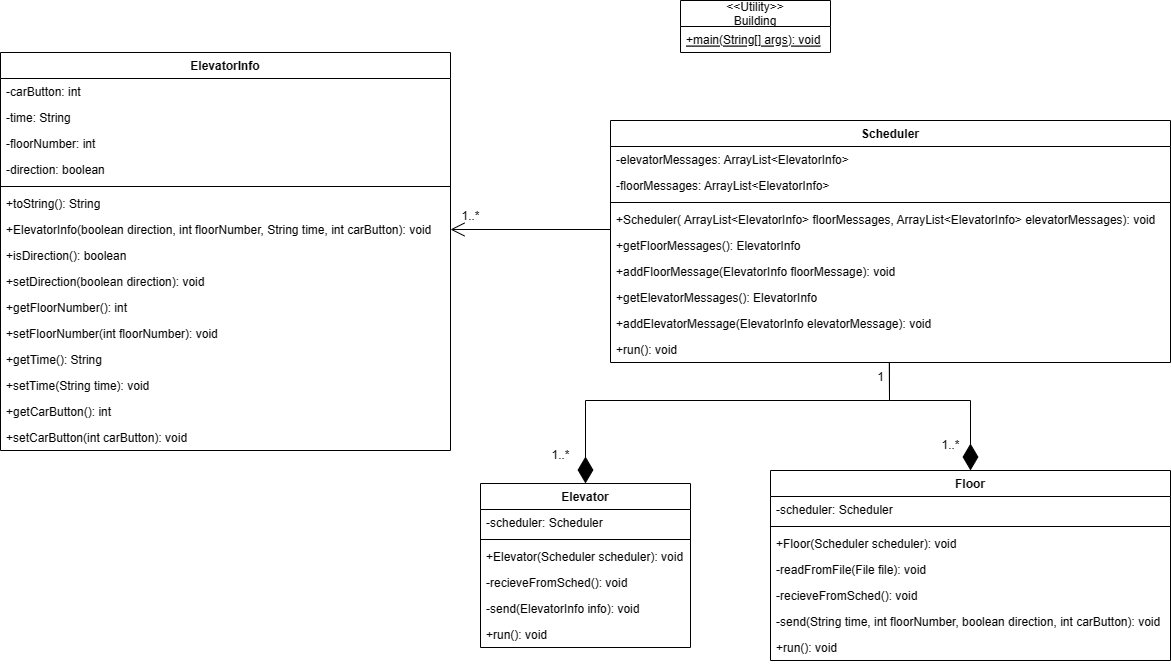
This is 3303 Iteration 1 UML class diagram bg.png from acegiansal/Sysc3303_Elevator, a draw.io export, as it was before one commit. Source tidied: cells renumbered, new cells last; positions are measured from the earlier drawing's top-left corner, leaving out a move shared by most shapes. Source of this version:
```xml
<mxGraphModel>
  <root>
    <mxCell id="0" />
    <mxCell id="1" parent="0" />
    <mxCell id="2" value="&lt;&lt;Utility&gt;&gt;&#10;Building" style="swimlane;fontStyle=0;horizontal=1;startSize=26;fillColor=none;" parent="1" vertex="1">
      <mxGeometry x="680" width="150" height="52" as="geometry" />
    </mxCell>
    <mxCell id="3" value="+main(String[] args): void" style="text;strokeColor=none;fillColor=none;align=left;verticalAlign=top;spacingLeft=4;spacingRight=4;overflow=hidden;points=[[0,0.5],[1,0.5]];portConstraint=eastwest;fontStyle=4;" parent="2" vertex="1">
      <mxGeometry y="26" width="150" height="26" as="geometry" />
    </mxCell>
    <mxCell id="4" value="Scheduler" style="swimlane;fontStyle=1;align=center;verticalAlign=top;horizontal=1;startSize=26;" parent="1" vertex="1">
      <mxGeometry x="610" y="120" width="560" height="242" as="geometry" />
    </mxCell>
    <mxCell id="5" value="-elevatorMessages: ArrayList&lt;ElevatorInfo&gt;" style="text;strokeColor=none;fillColor=none;align=left;verticalAlign=top;spacingLeft=4;spacingRight=4;overflow=hidden;" parent="4" vertex="1">
      <mxGeometry y="26" width="560" height="26" as="geometry" />
    </mxCell>
    <mxCell id="6" value="-floorMessages: ArrayList&lt;ElevatorInfo&gt;" style="text;strokeColor=none;fillColor=none;align=left;verticalAlign=top;spacingLeft=4;spacingRight=4;overflow=hidden;" parent="4" vertex="1">
      <mxGeometry y="52" width="560" height="26" as="geometry" />
    </mxCell>
    <mxCell id="7" style="line;strokeWidth=1;fillColor=none;align=left;verticalAlign=middle;spacingTop=-1;spacingLeft=3;spacingRight=3;labelPosition=right;strokeColor=inherit;" parent="4" vertex="1">
      <mxGeometry y="78" width="560" height="8" as="geometry" />
    </mxCell>
    <mxCell id="8" value="+Scheduler( ArrayList&lt;ElevatorInfo&gt; floorMessages, ArrayList&lt;ElevatorInfo&gt; elevatorMessages): void" style="text;strokeColor=none;fillColor=none;align=left;verticalAlign=top;spacingLeft=4;spacingRight=4;overflow=hidden;" parent="4" vertex="1">
      <mxGeometry y="86" width="560" height="26" as="geometry" />
    </mxCell>
    <mxCell id="9" value="+getFloorMessages(): ElevatorInfo" style="text;strokeColor=none;fillColor=none;align=left;verticalAlign=top;spacingLeft=4;spacingRight=4;overflow=hidden;points=[[0,0.5],[1,0.5]];portConstraint=eastwest;" parent="4" vertex="1">
      <mxGeometry y="112" width="560" height="26" as="geometry" />
    </mxCell>
    <mxCell id="10" value="+addFloorMessage(ElevatorInfo floorMessage): void" style="text;strokeColor=none;fillColor=none;align=left;verticalAlign=top;spacingLeft=4;spacingRight=4;overflow=hidden;" parent="4" vertex="1">
      <mxGeometry y="138" width="560" height="26" as="geometry" />
    </mxCell>
    <mxCell id="11" value="+getElevatorMessages(): ElevatorInfo" style="text;strokeColor=none;fillColor=none;align=left;verticalAlign=top;spacingLeft=4;spacingRight=4;overflow=hidden;" parent="4" vertex="1">
      <mxGeometry y="164" width="560" height="26" as="geometry" />
    </mxCell>
    <mxCell id="12" value="+addElevatorMessage(ElevatorInfo elevatorMessage): void" style="text;strokeColor=none;fillColor=none;align=left;verticalAlign=top;spacingLeft=4;spacingRight=4;overflow=hidden;points=[[0,0.5],[1,0.5]];portConstraint=eastwest;" parent="4" vertex="1">
      <mxGeometry y="190" width="560" height="26" as="geometry" />
    </mxCell>
    <mxCell id="13" value="+run(): void" style="text;strokeColor=none;fillColor=none;align=left;verticalAlign=top;spacingLeft=4;spacingRight=4;overflow=hidden;points=[[0,0.5],[1,0.5]];portConstraint=eastwest;" parent="4" vertex="1">
      <mxGeometry y="216" width="560" height="26" as="geometry" />
    </mxCell>
    <mxCell id="14" value="ElevatorInfo" style="swimlane;fontStyle=1;align=center;verticalAlign=top;horizontal=1;startSize=26;" parent="1" vertex="1">
      <mxGeometry y="52" width="450" height="398" as="geometry" />
    </mxCell>
    <mxCell id="15" value="-carButton: int" style="text;strokeColor=none;fillColor=none;align=left;verticalAlign=top;spacingLeft=4;spacingRight=4;overflow=hidden;" parent="14" vertex="1">
      <mxGeometry y="26" width="450" height="26" as="geometry" />
    </mxCell>
    <mxCell id="16" value="-time: String" style="text;strokeColor=none;fillColor=none;align=left;verticalAlign=top;spacingLeft=4;spacingRight=4;overflow=hidden;" parent="14" vertex="1">
      <mxGeometry y="52" width="450" height="26" as="geometry" />
    </mxCell>
    <mxCell id="17" value="-floorNumber: int" style="text;strokeColor=none;fillColor=none;align=left;verticalAlign=top;spacingLeft=4;spacingRight=4;overflow=hidden;" parent="14" vertex="1">
      <mxGeometry y="78" width="450" height="26" as="geometry" />
    </mxCell>
    <mxCell id="18" value="-direction: boolean" style="text;strokeColor=none;fillColor=none;align=left;verticalAlign=top;spacingLeft=4;spacingRight=4;overflow=hidden;" parent="14" vertex="1">
      <mxGeometry y="104" width="450" height="26" as="geometry" />
    </mxCell>
    <mxCell id="19" style="line;strokeWidth=1;fillColor=none;align=left;verticalAlign=middle;spacingTop=-1;spacingLeft=3;spacingRight=3;labelPosition=right;strokeColor=inherit;" parent="14" vertex="1">
      <mxGeometry y="130" width="450" height="8" as="geometry" />
    </mxCell>
    <mxCell id="20" value="+toString(): String" style="text;strokeColor=none;fillColor=none;align=left;verticalAlign=top;spacingLeft=4;spacingRight=4;overflow=hidden;" parent="14" vertex="1">
      <mxGeometry y="138" width="450" height="26" as="geometry" />
    </mxCell>
    <mxCell id="21" value="+ElevatorInfo(boolean direction, int floorNumber, String time, int carButton): void" style="text;strokeColor=none;fillColor=none;align=left;verticalAlign=top;spacingLeft=4;spacingRight=4;overflow=hidden;points=[[0,0.5],[1,0.5]];portConstraint=eastwest;" parent="14" vertex="1">
      <mxGeometry y="164" width="450" height="26" as="geometry" />
    </mxCell>
    <mxCell id="22" value="+isDirection(): boolean" style="text;strokeColor=none;fillColor=none;align=left;verticalAlign=top;spacingLeft=4;spacingRight=4;overflow=hidden;" parent="14" vertex="1">
      <mxGeometry y="190" width="450" height="26" as="geometry" />
    </mxCell>
    <mxCell id="23" value="+setDirection(boolean direction): void" style="text;strokeColor=none;fillColor=none;align=left;verticalAlign=top;spacingLeft=4;spacingRight=4;overflow=hidden;" parent="14" vertex="1">
      <mxGeometry y="216" width="450" height="26" as="geometry" />
    </mxCell>
    <mxCell id="24" value="+getFloorNumber(): int" style="text;strokeColor=none;fillColor=none;align=left;verticalAlign=top;spacingLeft=4;spacingRight=4;overflow=hidden;" parent="14" vertex="1">
      <mxGeometry y="242" width="450" height="26" as="geometry" />
    </mxCell>
    <mxCell id="25" value="+setFloorNumber(int floorNumber): void" style="text;strokeColor=none;fillColor=none;align=left;verticalAlign=top;spacingLeft=4;spacingRight=4;overflow=hidden;" parent="14" vertex="1">
      <mxGeometry y="268" width="450" height="26" as="geometry" />
    </mxCell>
    <mxCell id="26" value="+getTime(): String" style="text;strokeColor=none;fillColor=none;align=left;verticalAlign=top;spacingLeft=4;spacingRight=4;overflow=hidden;" parent="14" vertex="1">
      <mxGeometry y="294" width="450" height="26" as="geometry" />
    </mxCell>
    <mxCell id="27" value="+setTime(String time): void" style="text;strokeColor=none;fillColor=none;align=left;verticalAlign=top;spacingLeft=4;spacingRight=4;overflow=hidden;" parent="14" vertex="1">
      <mxGeometry y="320" width="450" height="26" as="geometry" />
    </mxCell>
    <mxCell id="28" value="+getCarButton(): int" style="text;strokeColor=none;fillColor=none;align=left;verticalAlign=top;spacingLeft=4;spacingRight=4;overflow=hidden;" parent="14" vertex="1">
      <mxGeometry y="346" width="450" height="26" as="geometry" />
    </mxCell>
    <mxCell id="29" value="+setCarButton(int carButton): void" style="text;strokeColor=none;fillColor=none;align=left;verticalAlign=top;spacingLeft=4;spacingRight=4;overflow=hidden;" parent="14" vertex="1">
      <mxGeometry y="372" width="450" height="26" as="geometry" />
    </mxCell>
    <mxCell id="30" value="Elevator" style="swimlane;fontStyle=1;align=center;verticalAlign=top;horizontal=1;startSize=26;" parent="1" vertex="1">
      <mxGeometry x="480" y="483" width="210" height="164" as="geometry" />
    </mxCell>
    <mxCell id="31" value="-scheduler: Scheduler" style="text;strokeColor=none;fillColor=none;align=left;verticalAlign=top;spacingLeft=4;spacingRight=4;overflow=hidden;" parent="30" vertex="1">
      <mxGeometry y="26" width="210" height="26" as="geometry" />
    </mxCell>
    <mxCell id="32" style="line;strokeWidth=1;fillColor=none;align=left;verticalAlign=middle;spacingTop=-1;spacingLeft=3;spacingRight=3;labelPosition=right;strokeColor=inherit;" parent="30" vertex="1">
      <mxGeometry y="52" width="210" height="8" as="geometry" />
    </mxCell>
    <mxCell id="33" value="+Elevator(Scheduler scheduler): void" style="text;strokeColor=none;fillColor=none;align=left;verticalAlign=top;spacingLeft=4;spacingRight=4;overflow=hidden;" parent="30" vertex="1">
      <mxGeometry y="60" width="210" height="26" as="geometry" />
    </mxCell>
    <mxCell id="34" value="-recieveFromSched(): void" style="text;strokeColor=none;fillColor=none;align=left;verticalAlign=top;spacingLeft=4;spacingRight=4;overflow=hidden;" parent="30" vertex="1">
      <mxGeometry y="86" width="210" height="26" as="geometry" />
    </mxCell>
    <mxCell id="35" value="-send(ElevatorInfo info): void" style="text;strokeColor=none;fillColor=none;align=left;verticalAlign=top;spacingLeft=4;spacingRight=4;overflow=hidden;" parent="30" vertex="1">
      <mxGeometry y="112" width="210" height="26" as="geometry" />
    </mxCell>
    <mxCell id="36" value="+run(): void" style="text;strokeColor=none;fillColor=none;align=left;verticalAlign=top;spacingLeft=4;spacingRight=4;overflow=hidden;" parent="30" vertex="1">
      <mxGeometry y="138" width="210" height="26" as="geometry" />
    </mxCell>
    <mxCell id="37" value="Floor" style="swimlane;fontStyle=1;align=center;verticalAlign=top;horizontal=1;startSize=26;" parent="1" vertex="1">
      <mxGeometry x="770" y="470" width="400" height="190" as="geometry" />
    </mxCell>
    <mxCell id="38" value="-scheduler: Scheduler" style="text;strokeColor=none;fillColor=none;align=left;verticalAlign=top;spacingLeft=4;spacingRight=4;overflow=hidden;" parent="37" vertex="1">
      <mxGeometry y="26" width="400" height="26" as="geometry" />
    </mxCell>
    <mxCell id="39" style="line;strokeWidth=1;fillColor=none;align=left;verticalAlign=middle;spacingTop=-1;spacingLeft=3;spacingRight=3;labelPosition=right;strokeColor=inherit;" parent="37" vertex="1">
      <mxGeometry y="52" width="400" height="8" as="geometry" />
    </mxCell>
    <mxCell id="40" value="+Floor(Scheduler scheduler): void" style="text;strokeColor=none;fillColor=none;align=left;verticalAlign=top;spacingLeft=4;spacingRight=4;overflow=hidden;" parent="37" vertex="1">
      <mxGeometry y="60" width="400" height="26" as="geometry" />
    </mxCell>
    <mxCell id="41" value="-readFromFile(File file): void" style="text;strokeColor=none;fillColor=none;align=left;verticalAlign=top;spacingLeft=4;spacingRight=4;overflow=hidden;" parent="37" vertex="1">
      <mxGeometry y="86" width="400" height="26" as="geometry" />
    </mxCell>
    <mxCell id="42" value="-recieveFromSched(): void" style="text;strokeColor=none;fillColor=none;align=left;verticalAlign=top;spacingLeft=4;spacingRight=4;overflow=hidden;" parent="37" vertex="1">
      <mxGeometry y="112" width="400" height="26" as="geometry" />
    </mxCell>
    <mxCell id="43" value="-send(String time, int floorNumber, boolean direction, int carButton): void" style="text;strokeColor=none;fillColor=none;align=left;verticalAlign=top;spacingLeft=4;spacingRight=4;overflow=hidden;" parent="37" vertex="1">
      <mxGeometry y="138" width="400" height="26" as="geometry" />
    </mxCell>
    <mxCell id="44" value="+run(): void" style="text;strokeColor=none;fillColor=none;align=left;verticalAlign=top;spacingLeft=4;spacingRight=4;overflow=hidden;" parent="37" vertex="1">
      <mxGeometry y="164" width="400" height="26" as="geometry" />
    </mxCell>
    <mxCell id="45" style="endArrow=diamondThin;endFill=1;endSize=24;html=1;rounded=0;exitX=0.498;exitY=0.99;exitDx=0;exitDy=0;exitPerimeter=0;entryX=0.5;entryY=0;entryDx=0;entryDy=0;" parent="1" edge="1" source="13" target="37">
      <mxGeometry relative="1" as="geometry">
        <Array as="points">
          <mxPoint x="889" y="400" />
          <mxPoint x="970" y="400" />
        </Array>
      </mxGeometry>
    </mxCell>
    <mxCell id="46" style="endArrow=diamondThin;endFill=1;endSize=24;html=1;rounded=0;exitX=0.498;exitY=1.025;exitDx=0;exitDy=0;exitPerimeter=0;entryX=0.5;entryY=0;entryDx=0;entryDy=0;" parent="1" edge="1" source="13" target="30">
      <mxGeometry relative="1" as="geometry">
        <Array as="points">
          <mxPoint x="889" y="400" />
          <mxPoint x="585" y="400" />
        </Array>
      </mxGeometry>
    </mxCell>
    <mxCell id="47" style="endArrow=open;endFill=1;endSize=12;html=1;rounded=0;entryX=1;entryY=0.5;entryDx=0;entryDy=0;" parent="1" edge="1" target="21">
      <mxGeometry relative="1" as="geometry">
        <mxPoint x="610" y="229" as="sourcePoint" />
      </mxGeometry>
    </mxCell>
    <mxCell id="48" value="1..*" style="text;html=1;align=center;verticalAlign=middle;strokeColor=none;fillColor=none;" parent="1" vertex="1">
      <mxGeometry x="450" y="201" width="40" height="30" as="geometry" />
    </mxCell>
    <mxCell id="49" value="1" style="text;html=1;align=center;verticalAlign=middle;strokeColor=none;fillColor=none;" parent="1" vertex="1">
      <mxGeometry x="865" y="362" width="30" height="30" as="geometry" />
    </mxCell>
    <mxCell id="50" value="1..*" style="text;html=1;align=center;verticalAlign=middle;strokeColor=none;fillColor=none;" parent="1" vertex="1">
      <mxGeometry x="540" y="440" width="40" height="30" as="geometry" />
    </mxCell>
    <mxCell id="51" value="1..*" style="text;html=1;align=center;verticalAlign=middle;strokeColor=none;fillColor=none;" parent="1" vertex="1">
      <mxGeometry x="930" y="430" width="40" height="30" as="geometry" />
    </mxCell>
  </root>
</mxGraphModel>
```
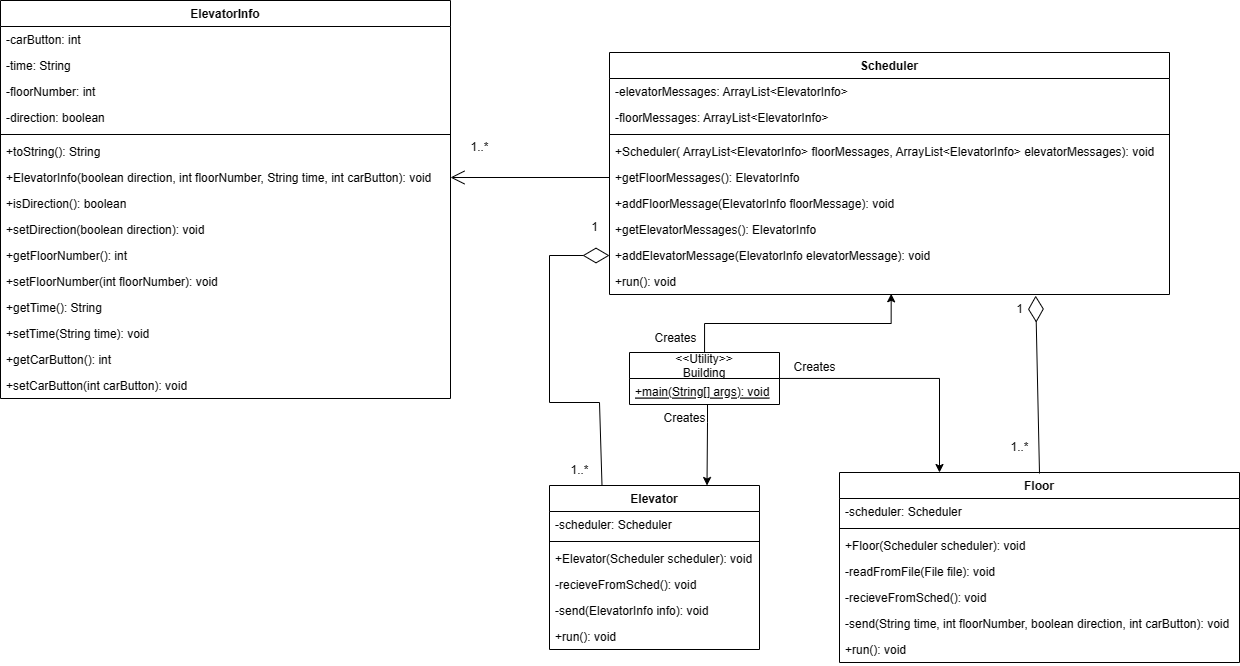
After the change.

Commit message:
hotfix for uml class diagram because it was bad

Change to the diagram source:
```diff
@@ -2,14 +2,20 @@
   <root>
     <mxCell id="0" />
     <mxCell id="1" parent="0" />
+    <mxCell id="52" style="edgeStyle=orthogonalEdgeStyle;rounded=0;jettySize=auto;html=1;entryX=0.503;entryY=0.972;entryDx=0;entryDy=0;entryPerimeter=0;" parent="1" edge="1" source="2" target="13">
+      <mxGeometry relative="1" as="geometry" />
+    </mxCell>
+    <mxCell id="53" style="edgeStyle=orthogonalEdgeStyle;rounded=0;jettySize=auto;html=1;entryX=0.25;entryY=0;entryDx=0;entryDy=0;" parent="1" edge="1" source="2" target="37">
+      <mxGeometry relative="1" as="geometry" />
+    </mxCell>
     <mxCell id="2" value="&lt;&lt;Utility&gt;&gt;&#10;Building" style="swimlane;fontStyle=0;horizontal=1;startSize=26;fillColor=none;" parent="1" vertex="1">
-      <mxGeometry x="680" width="150" height="52" as="geometry" />
+      <mxGeometry x="560" y="350" width="150" height="52" as="geometry" />
     </mxCell>
     <mxCell id="3" value="+main(String[] args): void" style="text;strokeColor=none;fillColor=none;align=left;verticalAlign=top;spacingLeft=4;spacingRight=4;overflow=hidden;points=[[0,0.5],[1,0.5]];portConstraint=eastwest;fontStyle=4;" parent="2" vertex="1">
       <mxGeometry y="26" width="150" height="26" as="geometry" />
     </mxCell>
     <mxCell id="4" value="Scheduler" style="swimlane;fontStyle=1;align=center;verticalAlign=top;horizontal=1;startSize=26;" parent="1" vertex="1">
-      <mxGeometry x="610" y="120" width="560" height="242" as="geometry" />
+      <mxGeometry x="540" y="50" width="560" height="242" as="geometry" />
     </mxCell>
     <mxCell id="5" value="-elevatorMessages: ArrayList&lt;ElevatorInfo&gt;" style="text;strokeColor=none;fillColor=none;align=left;verticalAlign=top;spacingLeft=4;spacingRight=4;overflow=hidden;" parent="4" vertex="1">
       <mxGeometry y="26" width="560" height="26" as="geometry" />
@@ -39,7 +45,7 @@
       <mxGeometry y="216" width="560" height="26" as="geometry" />
     </mxCell>
     <mxCell id="14" value="ElevatorInfo" style="swimlane;fontStyle=1;align=center;verticalAlign=top;horizontal=1;startSize=26;" parent="1" vertex="1">
-      <mxGeometry y="52" width="450" height="398" as="geometry" />
+      <mxGeometry x="-69" y="-2" width="450" height="398" as="geometry" />
     </mxCell>
     <mxCell id="15" value="-carButton: int" style="text;strokeColor=none;fillColor=none;align=left;verticalAlign=top;spacingLeft=4;spacingRight=4;overflow=hidden;" parent="14" vertex="1">
       <mxGeometry y="26" width="450" height="26" as="geometry" />
@@ -131,38 +137,54 @@
     <mxCell id="44" value="+run(): void" style="text;strokeColor=none;fillColor=none;align=left;verticalAlign=top;spacingLeft=4;spacingRight=4;overflow=hidden;" parent="37" vertex="1">
       <mxGeometry y="164" width="400" height="26" as="geometry" />
     </mxCell>
-    <mxCell id="45" style="endArrow=diamondThin;endFill=1;endSize=24;html=1;rounded=0;exitX=0.498;exitY=0.99;exitDx=0;exitDy=0;exitPerimeter=0;entryX=0.5;entryY=0;entryDx=0;entryDy=0;" parent="1" edge="1" source="13" target="37">
-      <mxGeometry relative="1" as="geometry">
-        <Array as="points">
-          <mxPoint x="889" y="400" />
-          <mxPoint x="970" y="400" />
-        </Array>
-      </mxGeometry>
-    </mxCell>
-    <mxCell id="46" style="endArrow=diamondThin;endFill=1;endSize=24;html=1;rounded=0;exitX=0.498;exitY=1.025;exitDx=0;exitDy=0;exitPerimeter=0;entryX=0.5;entryY=0;entryDx=0;entryDy=0;" parent="1" edge="1" source="13" target="30">
-      <mxGeometry relative="1" as="geometry">
-        <Array as="points">
-          <mxPoint x="889" y="400" />
-          <mxPoint x="585" y="400" />
-        </Array>
-      </mxGeometry>
-    </mxCell>
-    <mxCell id="47" style="endArrow=open;endFill=1;endSize=12;html=1;rounded=0;entryX=1;entryY=0.5;entryDx=0;entryDy=0;" parent="1" edge="1" target="21">
-      <mxGeometry relative="1" as="geometry">
-        <mxPoint x="610" y="229" as="sourcePoint" />
-      </mxGeometry>
+    <mxCell id="47" style="endArrow=open;endFill=1;endSize=12;html=1;rounded=0;entryX=1;entryY=0.5;entryDx=0;entryDy=0;exitX=0;exitY=0.5;exitDx=0;exitDy=0;" parent="1" edge="1" source="9" target="21">
+      <mxGeometry relative="1" as="geometry" />
     </mxCell>
     <mxCell id="48" value="1..*" style="text;html=1;align=center;verticalAlign=middle;strokeColor=none;fillColor=none;" parent="1" vertex="1">
-      <mxGeometry x="450" y="201" width="40" height="30" as="geometry" />
+      <mxGeometry x="390" y="130" width="40" height="30" as="geometry" />
     </mxCell>
     <mxCell id="49" value="1" style="text;html=1;align=center;verticalAlign=middle;strokeColor=none;fillColor=none;" parent="1" vertex="1">
-      <mxGeometry x="865" y="362" width="30" height="30" as="geometry" />
+      <mxGeometry x="935" y="292" width="30" height="30" as="geometry" />
     </mxCell>
     <mxCell id="50" value="1..*" style="text;html=1;align=center;verticalAlign=middle;strokeColor=none;fillColor=none;" parent="1" vertex="1">
-      <mxGeometry x="540" y="440" width="40" height="30" as="geometry" />
+      <mxGeometry x="490" y="453" width="40" height="30" as="geometry" />
     </mxCell>
     <mxCell id="51" value="1..*" style="text;html=1;align=center;verticalAlign=middle;strokeColor=none;fillColor=none;" parent="1" vertex="1">
       <mxGeometry x="930" y="430" width="40" height="30" as="geometry" />
     </mxCell>
+    <mxCell id="54" style="endArrow=diamondThin;endFill=0;endSize=24;html=1;rounded=0;exitX=0.5;exitY=0;exitDx=0;exitDy=0;entryX=0.761;entryY=1.044;entryDx=0;entryDy=0;entryPerimeter=0;" parent="1" edge="1" target="13">
+      <mxGeometry relative="1" as="geometry">
+        <mxPoint x="970" y="471" as="sourcePoint" />
+      </mxGeometry>
+    </mxCell>
+    <mxCell id="55" value="Creates" style="text;html=1;align=center;verticalAlign=middle;strokeColor=none;fillColor=none;" parent="1" vertex="1">
+      <mxGeometry x="571" y="321" width="70" height="30" as="geometry" />
+    </mxCell>
+    <mxCell id="56" style="edgeStyle=orthogonalEdgeStyle;rounded=0;jettySize=auto;html=1;entryX=0.75;entryY=0;entryDx=0;entryDy=0;" parent="1" edge="1" source="3" target="30">
+      <mxGeometry relative="1" as="geometry">
+        <Array as="points">
+          <mxPoint x="638" y="420" />
+          <mxPoint x="638" y="420" />
+        </Array>
+      </mxGeometry>
+    </mxCell>
+    <mxCell id="57" value="Creates" style="text;html=1;align=center;verticalAlign=middle;strokeColor=none;fillColor=none;" parent="1" vertex="1">
+      <mxGeometry x="710" y="350" width="70" height="30" as="geometry" />
+    </mxCell>
+    <mxCell id="58" value="Creates" style="text;html=1;align=center;verticalAlign=middle;strokeColor=none;fillColor=none;" parent="1" vertex="1">
+      <mxGeometry x="580" y="401" width="70" height="30" as="geometry" />
+    </mxCell>
+    <mxCell id="59" style="endArrow=diamondThin;endFill=0;endSize=24;html=1;rounded=0;entryX=0;entryY=0.5;entryDx=0;entryDy=0;exitX=0.25;exitY=0;exitDx=0;exitDy=0;" parent="1" edge="1" source="30" target="12">
+      <mxGeometry relative="1" as="geometry">
+        <Array as="points">
+          <mxPoint x="530" y="400" />
+          <mxPoint x="480" y="400" />
+          <mxPoint x="480" y="253" />
+        </Array>
+      </mxGeometry>
+    </mxCell>
+    <mxCell id="60" value="1" style="text;html=1;align=center;verticalAlign=middle;strokeColor=none;fillColor=none;" parent="1" vertex="1">
+      <mxGeometry x="510" y="210" width="30" height="30" as="geometry" />
+    </mxCell>
   </root>
 </mxGraphModel>
```
